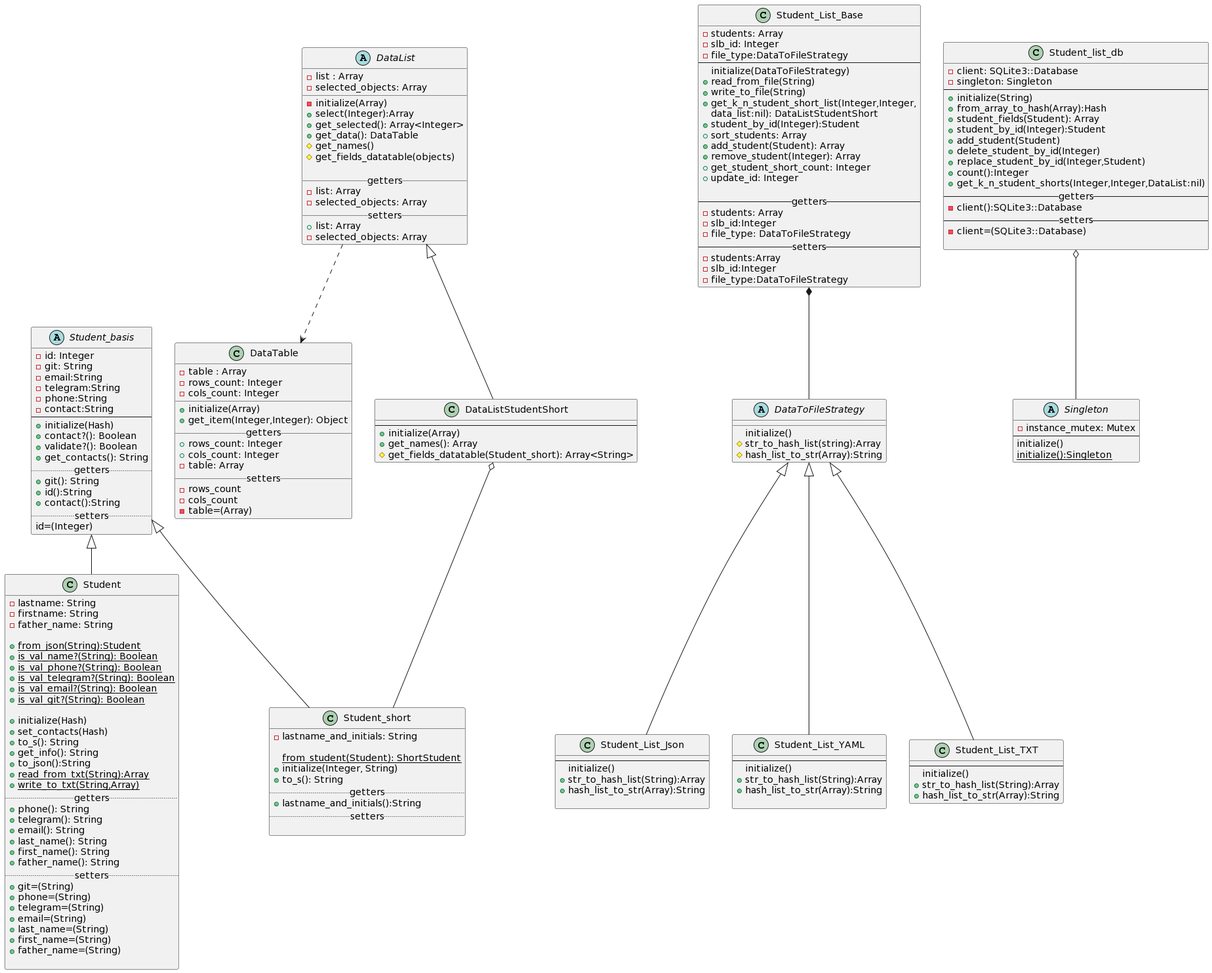
Before: lab2/diagrams/student_diagrams.png, a diagram exported from PlantUML (ColdEiler/pattern).
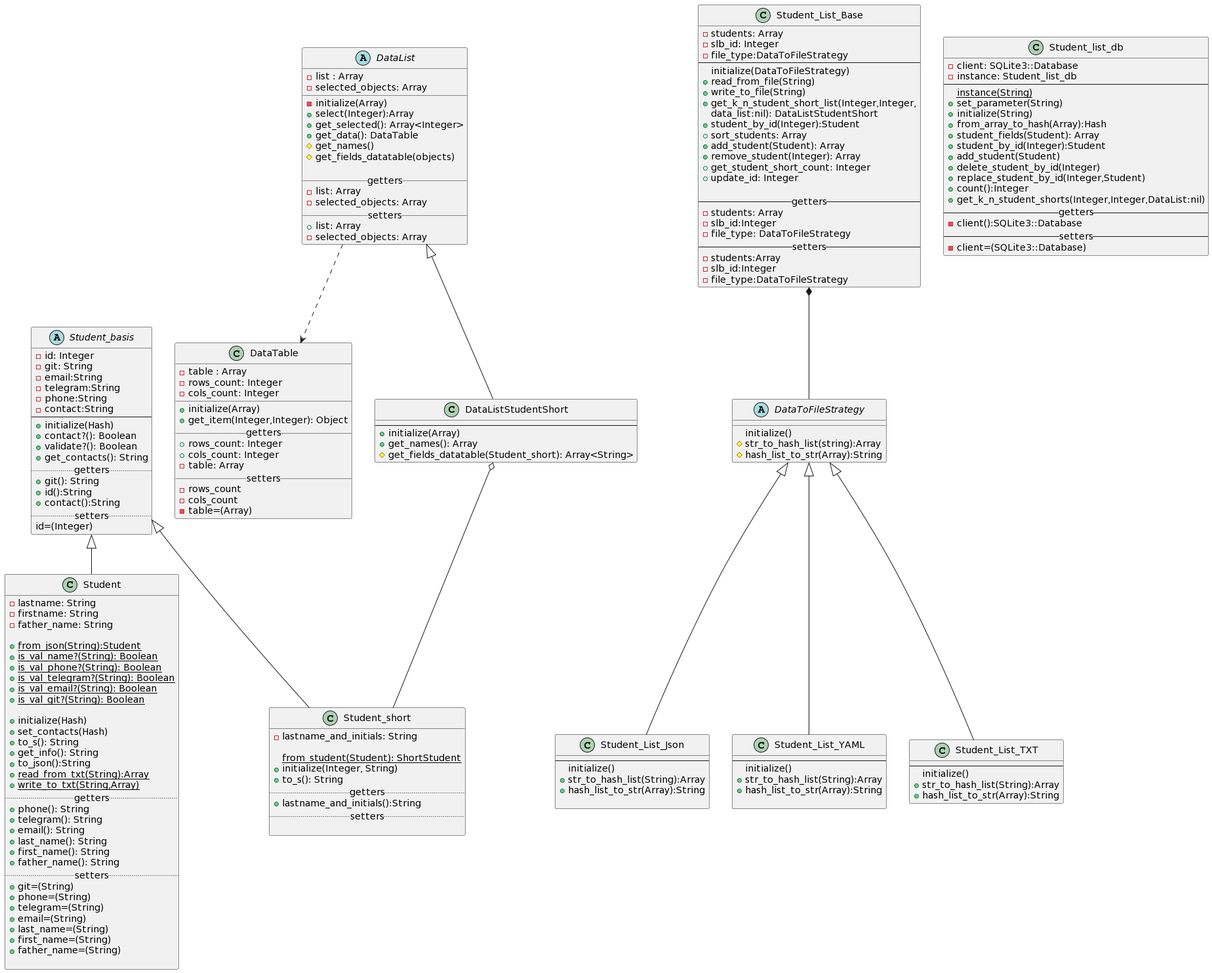
The same file after the commit.

Commit message:
диагрмма (одиночка реализован в student_list_db)

Diff of the diagram source:
```diff
@@ -171,17 +171,12 @@
 }
 Student_List_Base *-- DataToFileStrategy
 
-abstract class Singleton {
-    -instance_mutex: Mutex
-    --
-    initialize()
-    {static}initialize():Singleton
-}
-
 class Student_list_db{
     -client: SQLite3::Database
-    -singleton: Singleton
+    -instance: Student_list_db
     --
+    {static}instance(String)
+    +set_parameter(String)
     +initialize(String)
     +from_array_to_hash(Array):Hash
     +student_fields(Student): Array
@@ -195,7 +190,5 @@
     -client():SQLite3::Database
     --setters--
     -client=(SQLite3::Database)
-
 }
-Student_list_db o-- Singleton
 @enduml
```
